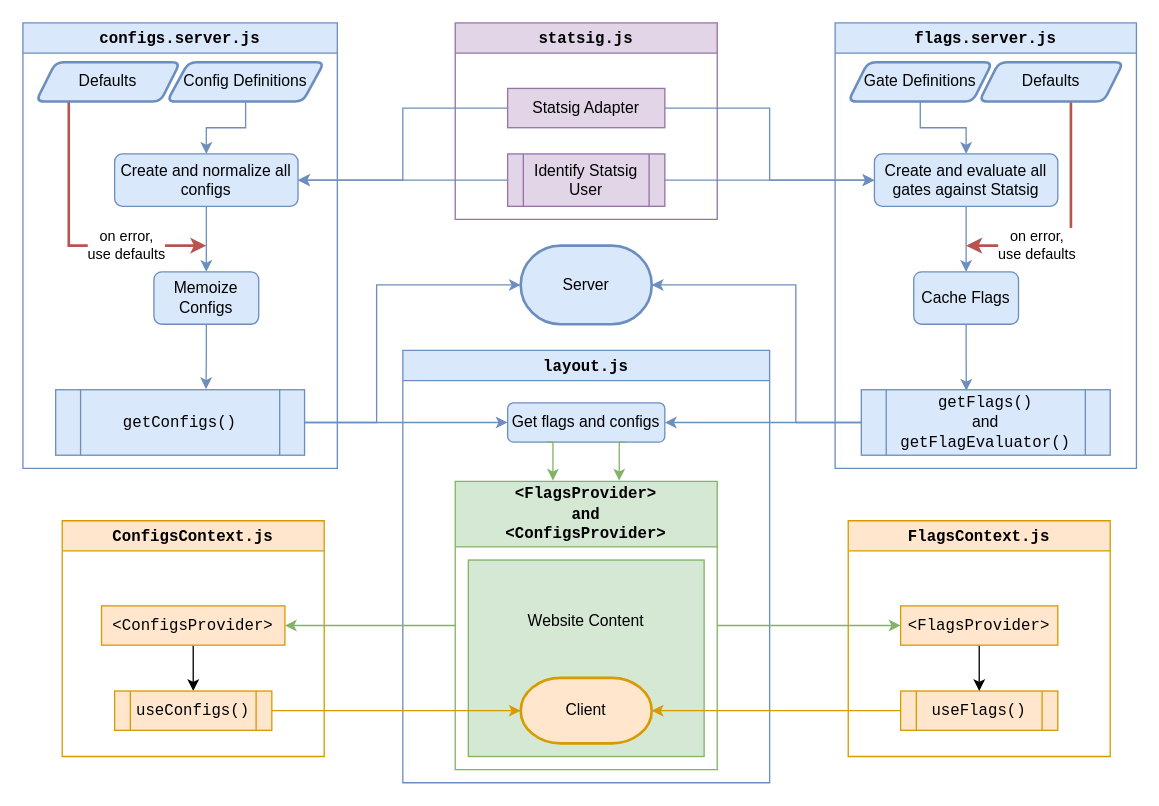
The draw.io diagram flagsnconfigs.drawio in macglencoe/diagrams, before the edit. Source tidied: cells renumbered, new cells numbered last; positions are measured from the earlier drawing's top-left corner, leaving out a move shared by most shapes. Both pictures are drawn from the tidied source at 131%, with x=0, y=0 at pixel (22, 22).
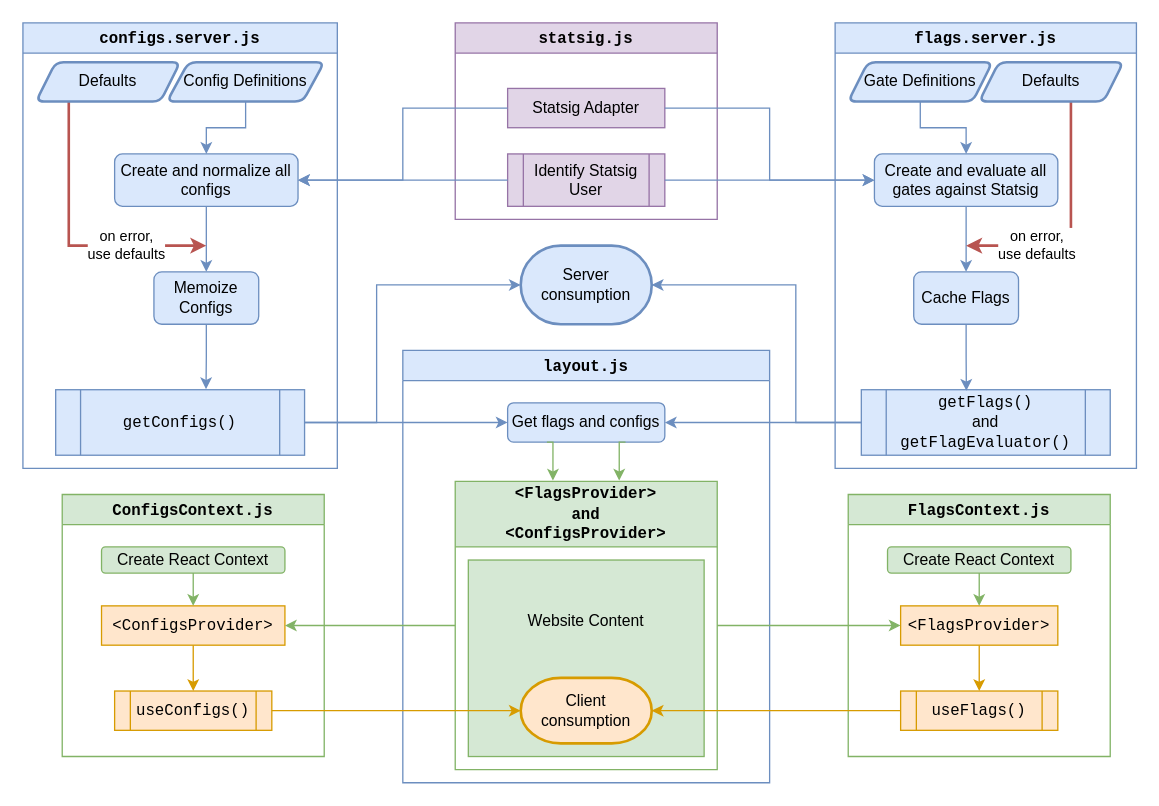
Above is the later version.

The change refers to these unchanged cells:
```xml
<mxCell id="36" value="&lt;font face=&quot;Courier New&quot;&gt;&amp;lt;FlagsProvider&amp;gt;&lt;/font&gt;&lt;div&gt;&lt;font face=&quot;Courier New&quot;&gt;and&lt;/font&gt;&lt;/div&gt;&lt;div&gt;&lt;font face=&quot;Courier New&quot;&gt;&amp;lt;ConfigsProvider&amp;gt;&lt;/font&gt;&lt;/div&gt;" style="swimlane;whiteSpace=wrap;html=1;startSize=50;fillColor=#d5e8d4;strokeColor=#82b366;" parent="34" vertex="1">
  <mxGeometry x="40" y="100" width="200" height="220" as="geometry" />
</mxCell>
```

Diff of the diagram source:
```diff
@@
-    <mxCell id="2" value="Server" style="strokeWidth=2;html=1;shape=mxgraph.flowchart.terminator;whiteSpace=wrap;fillColor=#dae8fc;strokeColor=#6c8ebf;" parent="1" vertex="1">
+    <mxCell id="2" value="Server&lt;div&gt;consumption&lt;/div&gt;" style="strokeWidth=2;html=1;shape=mxgraph.flowchart.terminator;whiteSpace=wrap;fillColor=#dae8fc;strokeColor=#6c8ebf;" parent="1" vertex="1">
       <mxGeometry x="380" y="170" width="100" height="60" as="geometry" />
     </mxCell>
@@
-    <mxCell id="30" value="&lt;font face=&quot;Courier New&quot;&gt;FlagsContext.js&lt;/font&gt;" style="swimlane;whiteSpace=wrap;html=1;fillColor=#ffe6cc;strokeColor=#d79b00;" parent="1" vertex="1">
-      <mxGeometry x="630" y="380" width="200" height="180" as="geometry" />
+    <mxCell id="30" value="&lt;font face=&quot;Courier New&quot;&gt;FlagsContext.js&lt;/font&gt;" style="swimlane;whiteSpace=wrap;html=1;fillColor=#d5e8d4;strokeColor=#82b366;" parent="1" vertex="1">
+      <mxGeometry x="630" y="360" width="200" height="200" as="geometry" />
     </mxCell>
     <mxCell id="31" value="&lt;font face=&quot;Courier New&quot;&gt;useFlags()&lt;/font&gt;" style="shape=process;whiteSpace=wrap;html=1;backgroundOutline=1;fillColor=#ffe6cc;strokeColor=#d79b00;" parent="30" vertex="1">
-      <mxGeometry x="40" y="130" width="120" height="30" as="geometry" />
+      <mxGeometry x="40" y="150" width="120" height="30" as="geometry" />
     </mxCell>
-    <mxCell id="32" style="edgeStyle=orthogonalEdgeStyle;rounded=0;jettySize=auto;html=1;" parent="30" edge="1" source="33" target="31">
+    <mxCell id="32" style="edgeStyle=orthogonalEdgeStyle;rounded=0;jettySize=auto;html=1;fillColor=#ffe6cc;strokeColor=#d79b00;" parent="30" edge="1" source="33" target="31">
       <mxGeometry relative="1" as="geometry" />
     </mxCell>
     <mxCell id="33" value="&lt;font face=&quot;Courier New&quot;&gt;&amp;lt;FlagsProvider&amp;gt;&lt;/font&gt;" style="rounded=0;whiteSpace=wrap;html=1;fillColor=#ffe6cc;strokeColor=#d79b00;" parent="30" vertex="1">
-      <mxGeometry x="40" y="65" width="120" height="30" as="geometry" />
+      <mxGeometry x="40" y="85" width="120" height="30" as="geometry" />
     </mxCell>
+    <mxCell id="53" style="edgeStyle=orthogonalEdgeStyle;rounded=0;jettySize=auto;html=1;fillColor=#d5e8d4;strokeColor=#82b366;" parent="30" edge="1" source="54">
+      <mxGeometry relative="1" as="geometry">
+        <mxPoint x="100" y="85" as="targetPoint" />
+      </mxGeometry>
+    </mxCell>
+    <mxCell id="54" value="Create React Context" style="rounded=1;whiteSpace=wrap;html=1;fillColor=#d5e8d4;strokeColor=#82b366;" parent="30" vertex="1">
+      <mxGeometry x="30" y="40" width="140" height="20" as="geometry" />
+    </mxCell>
@@
-    <mxCell id="38" value="Client" style="strokeWidth=2;html=1;shape=mxgraph.flowchart.terminator;whiteSpace=wrap;fillColor=#ffe6cc;strokeColor=#d79b00;" parent="36" vertex="1">
+    <mxCell id="38" value="Client&lt;div&gt;consumption&lt;/div&gt;" style="strokeWidth=2;html=1;shape=mxgraph.flowchart.terminator;whiteSpace=wrap;fillColor=#ffe6cc;strokeColor=#d79b00;" parent="36" vertex="1">
       <mxGeometry x="50" y="150" width="100" height="50" as="geometry" />
     </mxCell>
@@
-    <mxCell id="43" value="&lt;font face=&quot;Courier New&quot;&gt;ConfigsContext.js&lt;/font&gt;" style="swimlane;whiteSpace=wrap;html=1;fillColor=#ffe6cc;strokeColor=#d79b00;" parent="1" vertex="1">
-      <mxGeometry x="30" y="380" width="200" height="180" as="geometry" />
+    <mxCell id="43" value="&lt;font face=&quot;Courier New&quot;&gt;ConfigsContext.js&lt;/font&gt;" style="swimlane;whiteSpace=wrap;html=1;fillColor=#d5e8d4;strokeColor=#82b366;" parent="1" vertex="1">
+      <mxGeometry x="30" y="360" width="200" height="200" as="geometry" />
     </mxCell>
-    <mxCell id="44" style="edgeStyle=orthogonalEdgeStyle;rounded=0;jettySize=auto;html=1;" parent="43" edge="1" source="45" target="46">
+    <mxCell id="44" style="edgeStyle=orthogonalEdgeStyle;rounded=0;jettySize=auto;html=1;fillColor=#ffe6cc;strokeColor=#d79b00;" parent="43" edge="1" source="45" target="46">
       <mxGeometry relative="1" as="geometry" />
     </mxCell>
     <mxCell id="45" value="&lt;font face=&quot;Courier New&quot;&gt;&amp;lt;ConfigsProvider&amp;gt;&lt;/font&gt;" style="rounded=0;whiteSpace=wrap;html=1;fillColor=#ffe6cc;strokeColor=#d79b00;" parent="43" vertex="1">
-      <mxGeometry x="30" y="65" width="140" height="30" as="geometry" />
+      <mxGeometry x="30" y="85" width="140" height="30" as="geometry" />
     </mxCell>
     <mxCell id="46" value="&lt;font face=&quot;Courier New&quot;&gt;useConfigs()&lt;/font&gt;" style="shape=process;whiteSpace=wrap;html=1;backgroundOutline=1;fillColor=#ffe6cc;strokeColor=#d79b00;" parent="43" vertex="1">
-      <mxGeometry x="40" y="130" width="120" height="30" as="geometry" />
+      <mxGeometry x="40" y="150" width="120" height="30" as="geometry" />
     </mxCell>
+    <mxCell id="55" style="edgeStyle=orthogonalEdgeStyle;rounded=0;jettySize=auto;html=1;fillColor=#d5e8d4;strokeColor=#82b366;" parent="43" edge="1" source="56" target="45">
+      <mxGeometry relative="1" as="geometry" />
+    </mxCell>
+    <mxCell id="56" value="Create React Context" style="rounded=1;whiteSpace=wrap;html=1;fillColor=#d5e8d4;strokeColor=#82b366;" parent="43" vertex="1">
+      <mxGeometry x="30" y="40" width="140" height="20" as="geometry" />
+    </mxCell>
```
